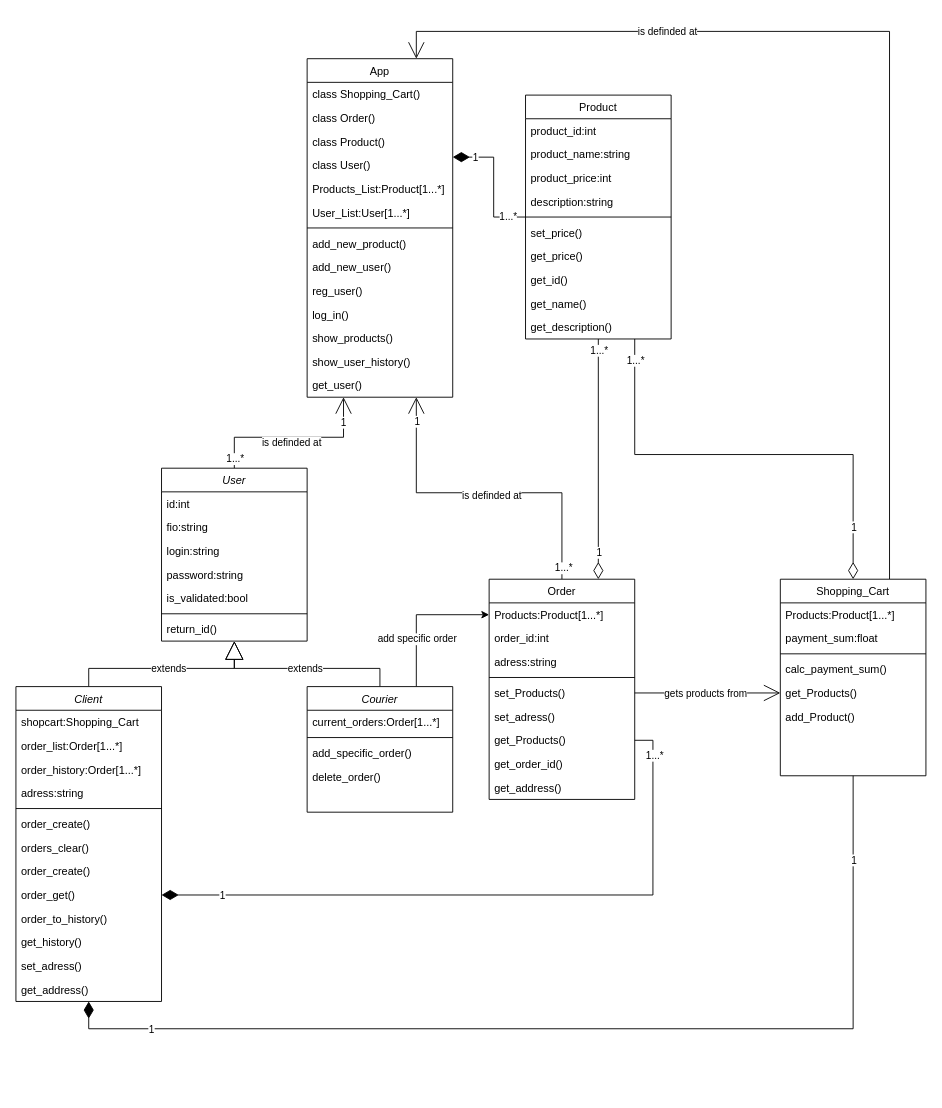
The draw.io diagram class_diagram_delivery_service.drawio in MstislavRomanovski/ProgramIngeneering, before the edit. Source tidied: cells renumbered, new cells numbered last; positions are measured from the earlier drawing's top-left corner, leaving out a move shared by most shapes. Both pictures are drawn from the tidied source at 91%, with x=0, y=0 at pixel (15, 58).
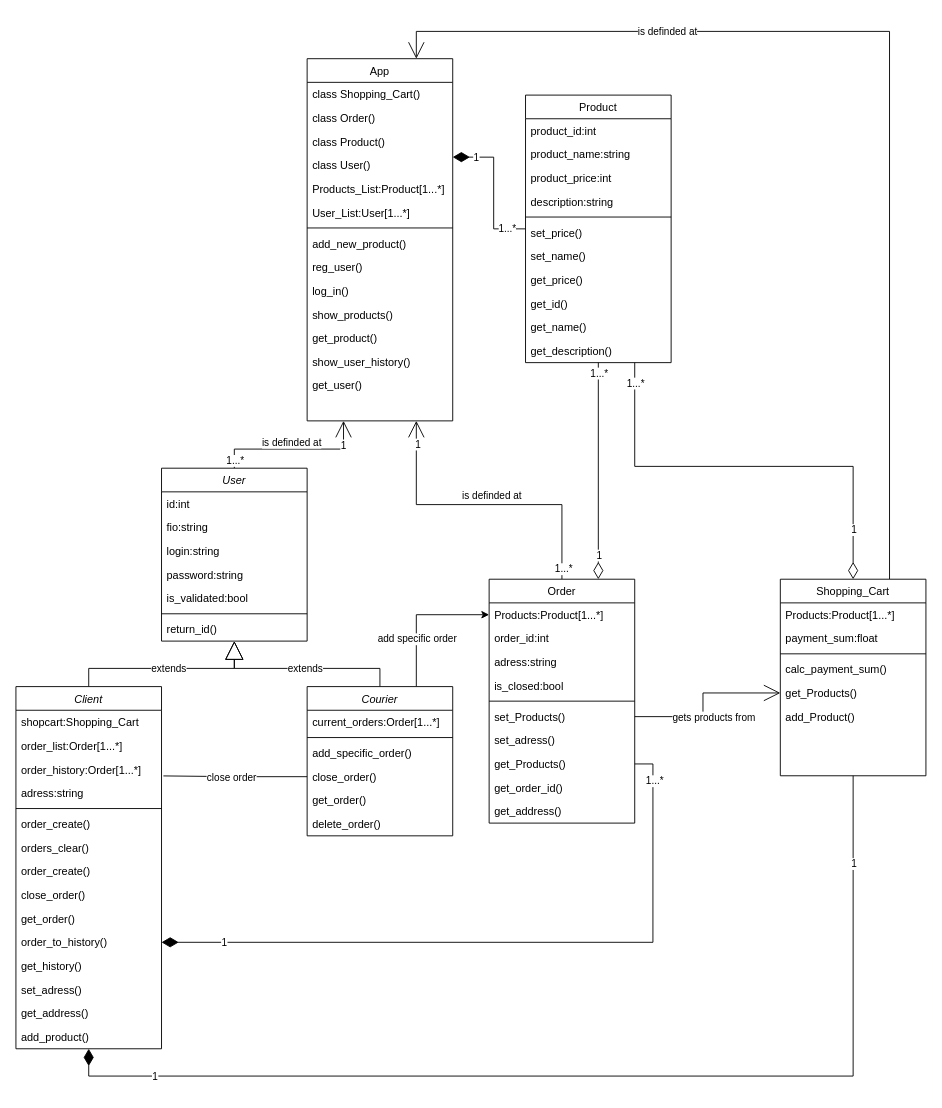
The same page after the edit.

The change refers to these unchanged cells:
```xml
<mxCell id="33" value="order_history:Order[1...*]" style="text;align=left;verticalAlign=top;spacingLeft=4;spacingRight=4;overflow=hidden;points=[[0,0.5],[1,0.5]];portConstraint=eastwest;rounded=0;shadow=0;html=0;" parent="30" vertex="1">
  <mxGeometry y="78" width="160" height="26" as="geometry" />
</mxCell>
```

Diff of the diagram source:
```diff
@@
     <mxCell id="13" value="App" style="swimlane;fontStyle=0;align=center;verticalAlign=top;horizontal=1;startSize=26;rounded=0;shadow=0;strokeWidth=1;" parent="1" vertex="1">
-      <mxGeometry x="320" width="160" height="372" as="geometry" />
+      <mxGeometry x="320" width="160" height="398" as="geometry" />
     </mxCell>
@@
-    <mxCell id="22" value="add_new_user()" style="text;align=left;verticalAlign=top;spacingLeft=4;spacingRight=4;overflow=hidden;" parent="13" vertex="1">
-      <mxGeometry y="216" width="160" height="26" as="geometry" />
-    </mxCell>
     <mxCell id="23" value="reg_user()" style="text;align=left;verticalAlign=top;spacingLeft=4;spacingRight=4;overflow=hidden;" parent="13" vertex="1">
-      <mxGeometry y="242" width="160" height="26" as="geometry" />
+      <mxGeometry y="216" width="160" height="26" as="geometry" />
     </mxCell>
     <mxCell id="24" value="log_in()" style="text;align=left;verticalAlign=top;spacingLeft=4;spacingRight=4;overflow=hidden;" parent="13" vertex="1">
-      <mxGeometry y="268" width="160" height="26" as="geometry" />
+      <mxGeometry y="242" width="160" height="26" as="geometry" />
     </mxCell>
     <mxCell id="25" value="show_products()" style="text;align=left;verticalAlign=top;spacingLeft=4;spacingRight=4;overflow=hidden;" parent="13" vertex="1">
-      <mxGeometry y="294" width="160" height="26" as="geometry" />
+      <mxGeometry y="268" width="160" height="26" as="geometry" />
     </mxCell>
+    <mxCell id="105" value="get_product()" style="text;align=left;verticalAlign=top;spacingLeft=4;spacingRight=4;overflow=hidden;" parent="13" vertex="1">
+      <mxGeometry y="294" width="160" height="26" as="geometry" />
+    </mxCell>
@@
     <mxCell id="30" value="Client" style="swimlane;fontStyle=2;align=center;verticalAlign=top;horizontal=1;startSize=26;rounded=0;shadow=0;strokeWidth=1;" parent="1" vertex="1">
-      <mxGeometry y="690" width="160" height="346" as="geometry" />
+      <mxGeometry y="690" width="160" height="398" as="geometry" />
     </mxCell>
@@
-    <mxCell id="39" value="order_get()" style="text;align=left;verticalAlign=top;spacingLeft=4;spacingRight=4;overflow=hidden;points=[[0,0.5],[1,0.5]];portConstraint=eastwest;" parent="30" vertex="1">
-      <mxGeometry y="216" width="160" height="26" as="geometry" />
-    </mxCell>
+    <mxCell id="106" value="close_order()" style="text;align=left;verticalAlign=top;spacingLeft=4;spacingRight=4;overflow=hidden;" parent="30" vertex="1">
+      <mxGeometry y="216" width="160" height="26" as="geometry" />
+    </mxCell>
+    <mxCell id="107" value="get_order()" style="text;align=left;verticalAlign=top;spacingLeft=4;spacingRight=4;overflow=hidden;" parent="30" vertex="1">
+      <mxGeometry y="242" width="160" height="26" as="geometry" />
+    </mxCell>
     <mxCell id="40" value="order_to_history()" style="text;align=left;verticalAlign=top;spacingLeft=4;spacingRight=4;overflow=hidden;points=[[0,0.5],[1,0.5]];portConstraint=eastwest;" parent="30" vertex="1">
-      <mxGeometry y="242" width="160" height="26" as="geometry" />
+      <mxGeometry y="268" width="160" height="26" as="geometry" />
     </mxCell>
     <mxCell id="41" value="get_history()" style="text;align=left;verticalAlign=top;spacingLeft=4;spacingRight=4;overflow=hidden;" parent="30" vertex="1">
-      <mxGeometry y="268" width="160" height="26" as="geometry" />
+      <mxGeometry y="294" width="160" height="26" as="geometry" />
     </mxCell>
     <mxCell id="42" value="set_adress()" style="text;align=left;verticalAlign=top;spacingLeft=4;spacingRight=4;overflow=hidden;rounded=0;shadow=0;html=0;" parent="30" vertex="1">
-      <mxGeometry y="294" width="160" height="26" as="geometry" />
+      <mxGeometry y="320" width="160" height="26" as="geometry" />
     </mxCell>
     <mxCell id="43" value="get_address()" style="text;align=left;verticalAlign=top;spacingLeft=4;spacingRight=4;overflow=hidden;" parent="30" vertex="1">
-      <mxGeometry y="320" width="160" height="26" as="geometry" />
+      <mxGeometry y="346" width="160" height="26" as="geometry" />
     </mxCell>
+    <mxCell id="108" value="add_product()" style="text;align=left;verticalAlign=top;spacingLeft=4;spacingRight=4;overflow=hidden;" parent="30" vertex="1">
+      <mxGeometry y="372" width="160" height="26" as="geometry" />
+    </mxCell>
@@
     <mxCell id="47" value="Courier" style="swimlane;fontStyle=2;align=center;verticalAlign=top;horizontal=1;startSize=26;rounded=0;shadow=0;strokeWidth=1;" parent="1" vertex="1">
-      <mxGeometry x="320" y="690" width="160" height="138" as="geometry" />
+      <mxGeometry x="320" y="690" width="160" height="164" as="geometry" />
     </mxCell>
@@
+    <mxCell id="109" value="close_order()" style="text;align=left;verticalAlign=top;spacingLeft=4;spacingRight=4;overflow=hidden;points=[[0,0.5],[1,0.5]];portConstraint=eastwest;" parent="47" vertex="1">
+      <mxGeometry y="86" width="160" height="26" as="geometry" />
+    </mxCell>
+    <mxCell id="110" value="get_order()" style="text;align=left;verticalAlign=top;spacingLeft=4;spacingRight=4;overflow=hidden;" parent="47" vertex="1">
+      <mxGeometry y="112" width="160" height="26" as="geometry" />
+    </mxCell>
     <mxCell id="51" value="delete_order()" style="text;align=left;verticalAlign=top;spacingLeft=4;spacingRight=4;overflow=hidden;" parent="47" vertex="1">
-      <mxGeometry y="86" width="160" height="26" as="geometry" />
+      <mxGeometry y="138" width="160" height="26" as="geometry" />
     </mxCell>
@@
     <mxCell id="58" value="Order" style="swimlane;fontStyle=0;align=center;verticalAlign=top;horizontal=1;startSize=26;rounded=0;shadow=0;strokeWidth=1;" parent="1" vertex="1">
-      <mxGeometry x="520" y="572" width="160" height="242" as="geometry" />
+      <mxGeometry x="520" y="572" width="160" height="268" as="geometry" />
     </mxCell>
@@
+    <mxCell id="111" value="is_closed:bool" style="text;align=left;verticalAlign=top;spacingLeft=4;spacingRight=4;overflow=hidden;rounded=0;shadow=0;html=0;" parent="58" vertex="1">
+      <mxGeometry y="104" width="160" height="26" as="geometry" />
+    </mxCell>
     <mxCell id="62" style="line;html=1;strokeWidth=1;align=left;verticalAlign=middle;spacingTop=-1;spacingLeft=3;spacingRight=3;labelPosition=right;" parent="58" vertex="1">
-      <mxGeometry y="104" width="160" height="8" as="geometry" />
+      <mxGeometry y="130" width="160" height="8" as="geometry" />
     </mxCell>
     <mxCell id="63" value="set_Products()" style="text;align=left;verticalAlign=top;spacingLeft=4;spacingRight=4;overflow=hidden;points=[[0,0.5],[1,0.5]];portConstraint=eastwest;" parent="58" vertex="1">
-      <mxGeometry y="112" width="160" height="26" as="geometry" />
+      <mxGeometry y="138" width="160" height="26" as="geometry" />
     </mxCell>
     <mxCell id="64" value="set_adress()" style="text;align=left;verticalAlign=top;spacingLeft=4;spacingRight=4;overflow=hidden;" parent="58" vertex="1">
-      <mxGeometry y="138" width="160" height="26" as="geometry" />
+      <mxGeometry y="164" width="160" height="26" as="geometry" />
     </mxCell>
     <mxCell id="65" value="get_Products()" style="text;align=left;verticalAlign=top;spacingLeft=4;spacingRight=4;overflow=hidden;points=[[0,0.5],[1,0.5]];portConstraint=eastwest;" parent="58" vertex="1">
-      <mxGeometry y="164" width="160" height="26" as="geometry" />
+      <mxGeometry y="190" width="160" height="26" as="geometry" />
     </mxCell>
     <mxCell id="66" value="get_order_id()" style="text;align=left;verticalAlign=top;spacingLeft=4;spacingRight=4;overflow=hidden;" parent="58" vertex="1">
-      <mxGeometry y="190" width="160" height="26" as="geometry" />
+      <mxGeometry y="216" width="160" height="26" as="geometry" />
     </mxCell>
     <mxCell id="67" value="get_address()" style="text;align=left;verticalAlign=top;spacingLeft=4;spacingRight=4;overflow=hidden;" parent="58" vertex="1">
-      <mxGeometry y="216" width="160" height="26" as="geometry" />
+      <mxGeometry y="242" width="160" height="26" as="geometry" />
     </mxCell>
@@
     <mxCell id="80" value="Product" style="swimlane;fontStyle=0;align=center;verticalAlign=top;horizontal=1;startSize=26;rounded=0;shadow=0;strokeWidth=1;" parent="1" vertex="1">
-      <mxGeometry x="560" y="40" width="160" height="268" as="geometry" />
+      <mxGeometry x="560" y="40" width="160" height="294" as="geometry" />
     </mxCell>
@@
+    <mxCell id="112" value="set_name()" style="text;align=left;verticalAlign=top;spacingLeft=4;spacingRight=4;overflow=hidden;" parent="80" vertex="1">
+      <mxGeometry y="164" width="160" height="26" as="geometry" />
+    </mxCell>
     <mxCell id="87" value="get_price()" style="text;align=left;verticalAlign=top;spacingLeft=4;spacingRight=4;overflow=hidden;" parent="80" vertex="1">
-      <mxGeometry y="164" width="160" height="26" as="geometry" />
+      <mxGeometry y="190" width="160" height="26" as="geometry" />
     </mxCell>
     <mxCell id="88" value="get_id()" style="text;align=left;verticalAlign=top;spacingLeft=4;spacingRight=4;overflow=hidden;" parent="80" vertex="1">
-      <mxGeometry y="190" width="160" height="26" as="geometry" />
+      <mxGeometry y="216" width="160" height="26" as="geometry" />
     </mxCell>
     <mxCell id="89" value="get_name()" style="text;align=left;verticalAlign=top;spacingLeft=4;spacingRight=4;overflow=hidden;" parent="80" vertex="1">
-      <mxGeometry y="216" width="160" height="26" as="geometry" />
+      <mxGeometry y="242" width="160" height="26" as="geometry" />
     </mxCell>
     <mxCell id="90" value="get_description()" style="text;align=left;verticalAlign=top;spacingLeft=4;spacingRight=4;overflow=hidden;" parent="80" vertex="1">
-      <mxGeometry y="242" width="160" height="26" as="geometry" />
+      <mxGeometry y="268" width="160" height="26" as="geometry" />
     </mxCell>
@@
-    <mxCell id="92" style="edgeStyle=orthogonalEdgeStyle;rounded=0;jettySize=auto;html=1;entryX=1;entryY=0.5;entryDx=0;entryDy=0;endArrow=diamondThin;endFill=1;endSize=16;exitX=1;exitY=0.5;exitDx=0;exitDy=0;" parent="1" edge="1" source="65" target="39">
+    <mxCell id="92" style="edgeStyle=orthogonalEdgeStyle;rounded=0;jettySize=auto;html=1;endArrow=diamondThin;endFill=1;endSize=16;exitX=1;exitY=0.5;exitDx=0;exitDy=0;entryX=1;entryY=0.5;entryDx=0;entryDy=0;" parent="1" edge="1" source="65" target="40">
       <mxGeometry relative="1" as="geometry" />
     </mxCell>
@@
+    <mxCell id="113" style="edgeStyle=orthogonalEdgeStyle;rounded=0;jettySize=auto;html=1;exitX=0;exitY=0.5;exitDx=0;exitDy=0;entryX=1.013;entryY=0.775;entryDx=0;entryDy=0;entryPerimeter=0;endArrow=none;endFill=0;" parent="1" edge="1" source="109" target="33">
+      <mxGeometry relative="1" as="geometry" />
+    </mxCell>
+    <mxCell id="114" value="close order" style="edgeLabel;html=1;align=center;verticalAlign=middle;" parent="113" vertex="1">
+      <mxGeometry x="0.06" y="1" relative="1" as="geometry" />
+    </mxCell>
```
